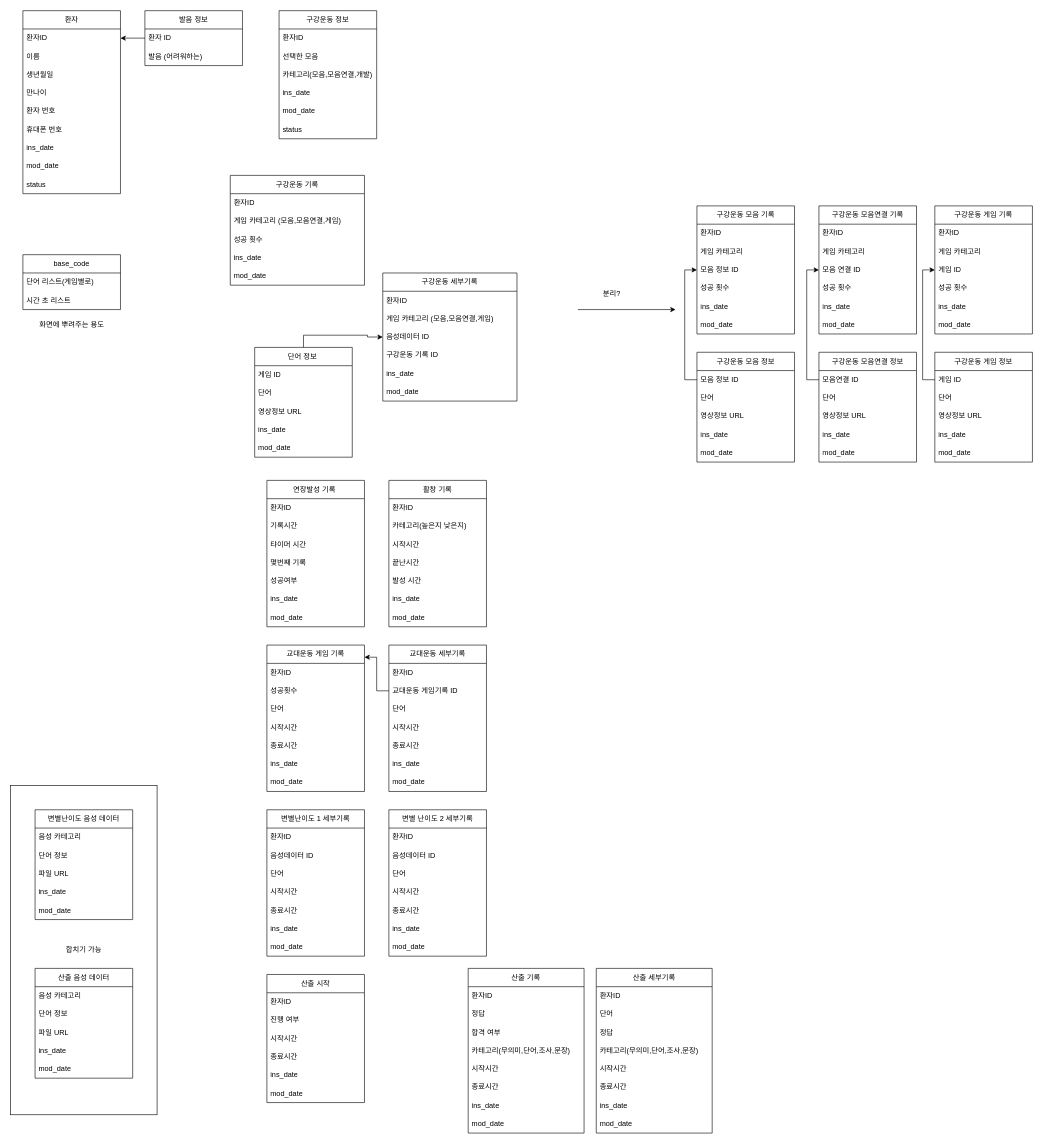
myunghyun12/draw keeps this draw.io diagram as 제목 없는 다이어그램.drawio. Above is the earlier version. Source tidied: cells renumbered, new cells numbered last; positions are measured from the earlier drawing's top-left corner, leaving out a move shared by most shapes. Both pictures are drawn from the tidied source at 61%, with x=0, y=0 at pixel (10, 10).
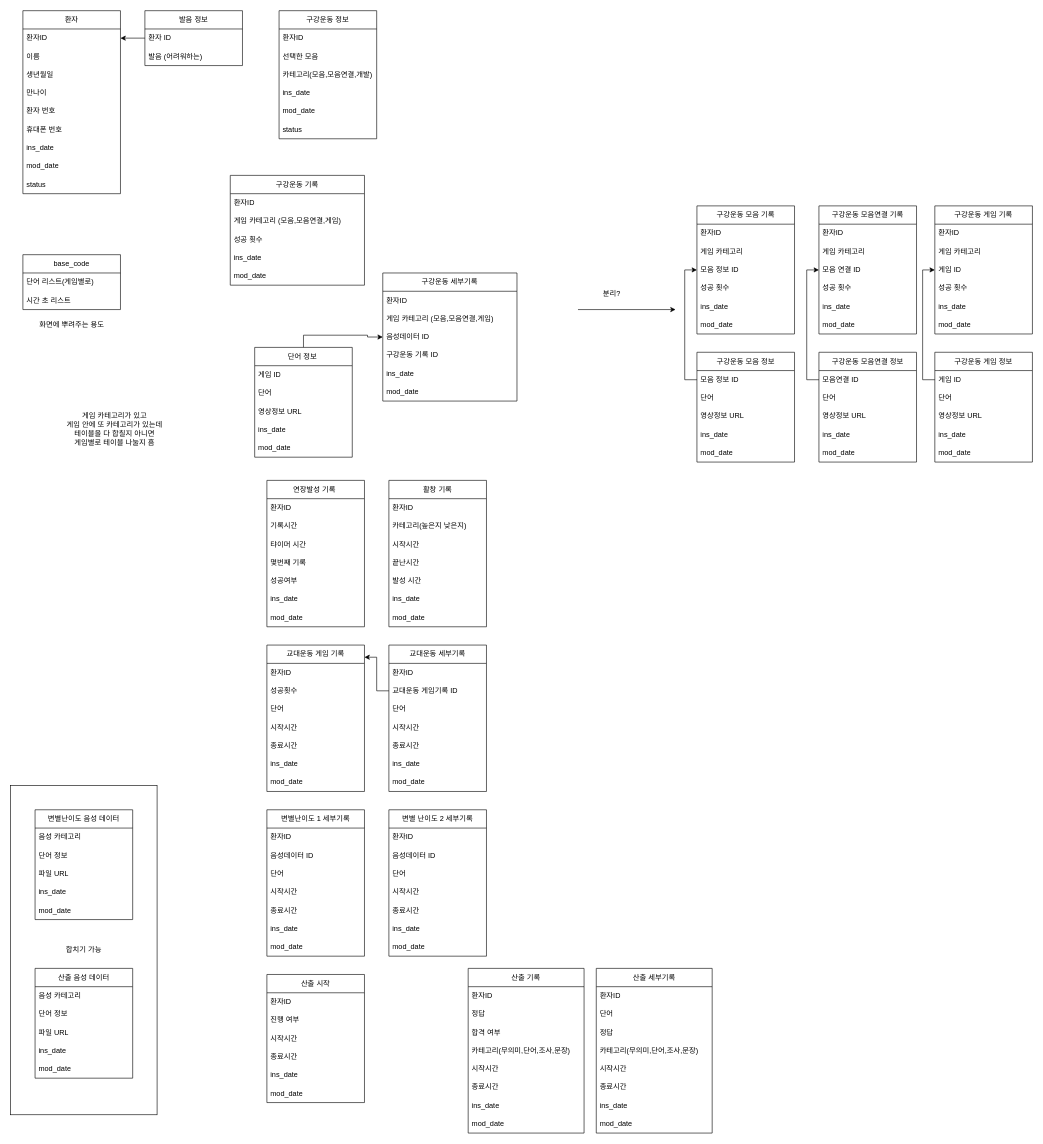
After the change.

Commit message:
제목 없는 다이어그램.drawio 업데이트

Diff of the diagram source:
```diff
@@
+    <mxCell id="178" value="게임 카테고리가 있고&lt;div&gt;게임 안에 또 카테고리가 있는데&lt;/div&gt;&lt;div&gt;테이블을 다 합칠지 아니면&lt;/div&gt;&lt;div&gt;게임별로 테이블 나눌지 흠&lt;/div&gt;&lt;div&gt;&lt;br&gt;&lt;/div&gt;" style="text;html=1;align=center;verticalAlign=middle;strokeColor=none;fillColor=none;" parent="1" vertex="1">
+      <mxGeometry x="85" y="648" width="170" height="90" as="geometry" />
+    </mxCell>
```
